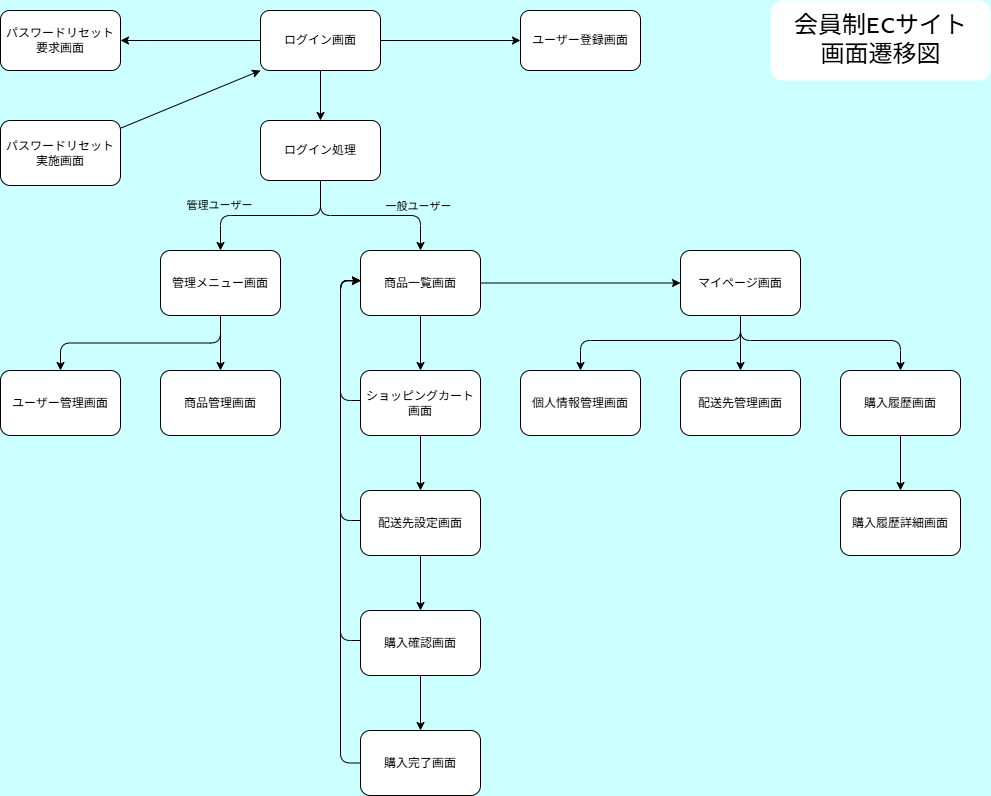
The draw.io diagram documents/画面遷移図.drawio.png in Kaz-1976/learning-php-laravel, before a commit. Source tidied: cells renumbered, new cells last; positions are measured from the earlier drawing's top-left corner, leaving out a move shared by most shapes.
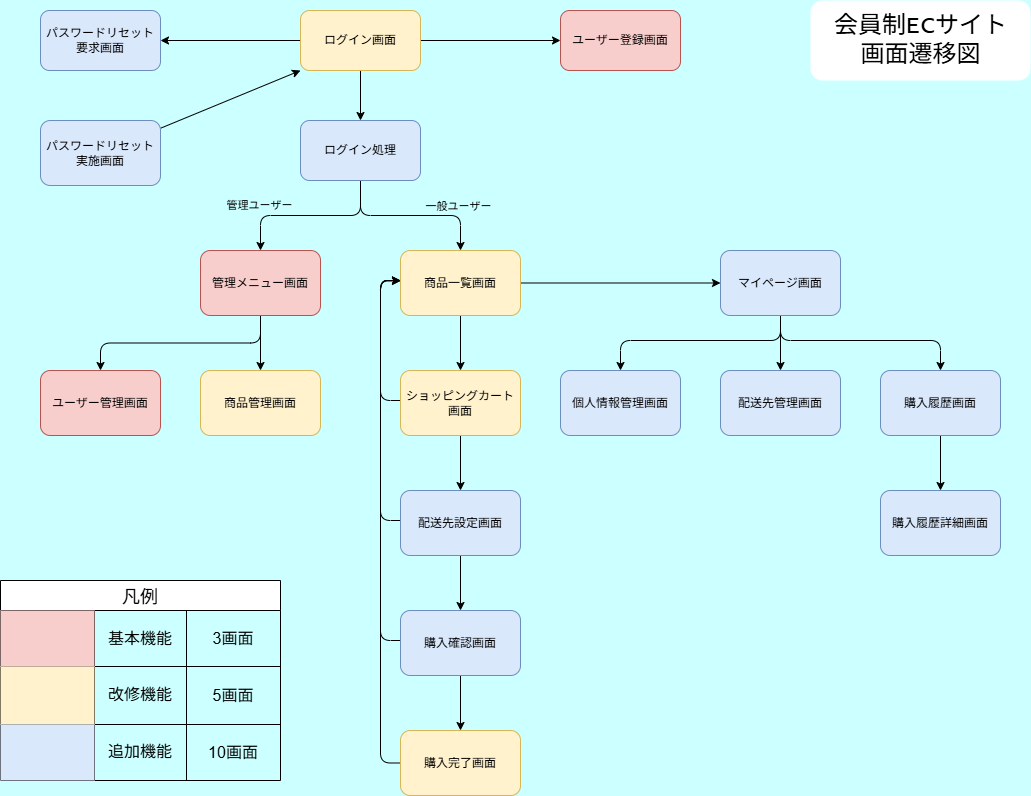
Later version of the same file.

Diff of the diagram source:
```diff
@@ -11,7 +11,7 @@
     <mxCell id="4" style="edgeStyle=none;html=1;exitX=0.5;exitY=1;exitDx=0;exitDy=0;entryX=0.5;entryY=0;entryDx=0;entryDy=0;" parent="1" edge="1" source="5" target="43">
       <mxGeometry relative="1" as="geometry" />
     </mxCell>
-    <mxCell id="5" value="ログイン画面" style="rounded=1;whiteSpace=wrap;html=1;" parent="1" vertex="1">
+    <mxCell id="5" value="ログイン画面" style="rounded=1;whiteSpace=wrap;html=1;fillColor=#fff2cc;strokeColor=#d6b656;" parent="1" vertex="1">
       <mxGeometry x="260" y="10" width="120" height="60" as="geometry" />
     </mxCell>
     <mxCell id="6" style="edgeStyle=none;html=1;entryX=0.5;entryY=0;entryDx=0;entryDy=0;rounded=1;" parent="1" edge="1" source="8" target="12">
@@ -20,7 +20,7 @@
     <mxCell id="7" style="edgeStyle=orthogonalEdgeStyle;html=1;entryX=0.5;entryY=0;entryDx=0;entryDy=0;exitX=0.5;exitY=1;exitDx=0;exitDy=0;rounded=1;" parent="1" edge="1" source="8" target="13">
       <mxGeometry relative="1" as="geometry" />
     </mxCell>
-    <mxCell id="8" value="管理メニュー画面" style="rounded=1;whiteSpace=wrap;html=1;" parent="1" vertex="1">
+    <mxCell id="8" value="管理メニュー画面" style="rounded=1;whiteSpace=wrap;html=1;fillColor=#f8cecc;strokeColor=#b85450;" parent="1" vertex="1">
       <mxGeometry x="160" y="250" width="120" height="65" as="geometry" />
     </mxCell>
     <mxCell id="9" style="edgeStyle=none;html=1;rounded=1;" parent="1" edge="1" source="11" target="20">
@@ -29,25 +29,25 @@
     <mxCell id="10" style="edgeStyle=none;html=1;rounded=1;" parent="1" edge="1" source="11" target="32">
       <mxGeometry relative="1" as="geometry" />
     </mxCell>
-    <mxCell id="11" value="商品一覧画面" style="rounded=1;whiteSpace=wrap;html=1;" parent="1" vertex="1">
+    <mxCell id="11" value="商品一覧画面" style="rounded=1;whiteSpace=wrap;html=1;fillColor=#fff2cc;strokeColor=#d6b656;" parent="1" vertex="1">
       <mxGeometry x="360" y="250" width="120" height="65" as="geometry" />
     </mxCell>
-    <mxCell id="12" value="商品管理画面" style="rounded=1;whiteSpace=wrap;html=1;" parent="1" vertex="1">
+    <mxCell id="12" value="商品管理画面" style="rounded=1;whiteSpace=wrap;html=1;fillColor=#fff2cc;strokeColor=#d6b656;" parent="1" vertex="1">
       <mxGeometry x="160" y="370" width="120" height="65" as="geometry" />
     </mxCell>
-    <mxCell id="13" value="ユーザー管理画面" style="rounded=1;whiteSpace=wrap;html=1;" parent="1" vertex="1">
+    <mxCell id="13" value="ユーザー管理画面" style="rounded=1;whiteSpace=wrap;html=1;fillColor=#f8cecc;strokeColor=#b85450;" parent="1" vertex="1">
       <mxGeometry y="370" width="120" height="65" as="geometry" />
     </mxCell>
-    <mxCell id="14" value="ユーザー登録画面" style="rounded=1;whiteSpace=wrap;html=1;" parent="1" vertex="1">
+    <mxCell id="14" value="ユーザー登録画面" style="rounded=1;whiteSpace=wrap;html=1;fillColor=#f8cecc;strokeColor=#b85450;" parent="1" vertex="1">
       <mxGeometry x="520" y="10" width="120" height="60" as="geometry" />
     </mxCell>
-    <mxCell id="15" value="パスワードリセット要求&lt;span style=&quot;background-color: transparent;&quot;&gt;画面&lt;/span&gt;" style="rounded=1;whiteSpace=wrap;html=1;" parent="1" vertex="1">
+    <mxCell id="15" value="パスワードリセット要求&lt;span style=&quot;background-color: transparent;&quot;&gt;画面&lt;/span&gt;" style="rounded=1;whiteSpace=wrap;html=1;fillColor=#dae8fc;strokeColor=#6c8ebf;" parent="1" vertex="1">
       <mxGeometry y="10" width="120" height="60" as="geometry" />
     </mxCell>
     <mxCell id="16" style="edgeStyle=none;html=1;entryX=0;entryY=1;entryDx=0;entryDy=0;" parent="1" edge="1" source="17" target="5">
       <mxGeometry relative="1" as="geometry" />
     </mxCell>
-    <mxCell id="17" value="パスワードリセット実施&lt;span style=&quot;background-color: transparent;&quot;&gt;画面&lt;/span&gt;" style="rounded=1;whiteSpace=wrap;html=1;" parent="1" vertex="1">
+    <mxCell id="17" value="パスワードリセット実施&lt;span style=&quot;background-color: transparent;&quot;&gt;画面&lt;/span&gt;" style="rounded=1;whiteSpace=wrap;html=1;fillColor=#dae8fc;strokeColor=#6c8ebf;" parent="1" vertex="1">
       <mxGeometry y="120" width="120" height="65" as="geometry" />
     </mxCell>
     <mxCell id="18" style="edgeStyle=none;html=1;rounded=1;" parent="1" edge="1" source="20" target="23">
@@ -62,7 +62,7 @@
         </Array>
       </mxGeometry>
     </mxCell>
-    <mxCell id="20" value="ショッピングカート&lt;div&gt;画面&lt;/div&gt;" style="whiteSpace=wrap;html=1;rounded=1;" parent="1" vertex="1">
+    <mxCell id="20" value="ショッピングカート&lt;div&gt;画面&lt;/div&gt;" style="whiteSpace=wrap;html=1;rounded=1;fillColor=#fff2cc;strokeColor=#d6b656;" parent="1" vertex="1">
       <mxGeometry x="360" y="370" width="120" height="65" as="geometry" />
     </mxCell>
     <mxCell id="21" style="edgeStyle=none;html=1;rounded=1;" parent="1" edge="1" source="23" target="26">
@@ -77,7 +77,7 @@
         </Array>
       </mxGeometry>
     </mxCell>
-    <mxCell id="23" value="配送先設定画面" style="whiteSpace=wrap;html=1;rounded=1;" parent="1" vertex="1">
+    <mxCell id="23" value="配送先設定画面" style="whiteSpace=wrap;html=1;rounded=1;fillColor=#dae8fc;strokeColor=#6c8ebf;" parent="1" vertex="1">
       <mxGeometry x="360" y="490" width="120" height="65" as="geometry" />
     </mxCell>
     <mxCell id="24" style="edgeStyle=none;html=1;rounded=1;" parent="1" edge="1" source="26" target="28">
@@ -92,7 +92,7 @@
         </Array>
       </mxGeometry>
     </mxCell>
-    <mxCell id="26" value="購入確認画面" style="whiteSpace=wrap;html=1;rounded=1;" parent="1" vertex="1">
+    <mxCell id="26" value="購入確認画面" style="whiteSpace=wrap;html=1;rounded=1;fillColor=#dae8fc;strokeColor=#6c8ebf;" parent="1" vertex="1">
       <mxGeometry x="360" y="610" width="120" height="65" as="geometry" />
     </mxCell>
     <mxCell id="27" style="edgeStyle=elbowEdgeStyle;exitX=0;exitY=0.5;exitDx=0;exitDy=0;entryX=0;entryY=0.5;entryDx=0;entryDy=0;strokeColor=default;html=1;spacing=2;" parent="1" edge="1" source="28">
@@ -104,7 +104,7 @@
         </Array>
       </mxGeometry>
     </mxCell>
-    <mxCell id="28" value="購入完了画面" style="whiteSpace=wrap;html=1;rounded=1;" parent="1" vertex="1">
+    <mxCell id="28" value="購入完了画面" style="whiteSpace=wrap;html=1;rounded=1;fillColor=#fff2cc;strokeColor=#d6b656;" parent="1" vertex="1">
       <mxGeometry x="360" y="730" width="120" height="65" as="geometry" />
     </mxCell>
     <mxCell id="29" style="edgeStyle=orthogonalEdgeStyle;html=1;exitX=0.5;exitY=1;exitDx=0;exitDy=0;rounded=1;" parent="1" edge="1" source="32" target="33">
@@ -127,22 +127,22 @@
         </Array>
       </mxGeometry>
     </mxCell>
-    <mxCell id="32" value="マイページ画面" style="whiteSpace=wrap;html=1;rounded=1;" parent="1" vertex="1">
+    <mxCell id="32" value="マイページ画面" style="whiteSpace=wrap;html=1;rounded=1;fillColor=#dae8fc;strokeColor=#6c8ebf;" parent="1" vertex="1">
       <mxGeometry x="680" y="250" width="120" height="65" as="geometry" />
     </mxCell>
-    <mxCell id="33" value="配送先管理画面" style="whiteSpace=wrap;html=1;rounded=1;" parent="1" vertex="1">
+    <mxCell id="33" value="配送先管理画面" style="whiteSpace=wrap;html=1;rounded=1;fillColor=#dae8fc;strokeColor=#6c8ebf;" parent="1" vertex="1">
       <mxGeometry x="680" y="370" width="120" height="65" as="geometry" />
     </mxCell>
     <mxCell id="34" style="edgeStyle=none;html=1;rounded=1;" parent="1" edge="1" source="35" target="37">
       <mxGeometry relative="1" as="geometry" />
     </mxCell>
-    <mxCell id="35" value="購入履歴画面" style="whiteSpace=wrap;html=1;rounded=1;" parent="1" vertex="1">
+    <mxCell id="35" value="購入履歴画面" style="whiteSpace=wrap;html=1;rounded=1;fillColor=#dae8fc;strokeColor=#6c8ebf;" parent="1" vertex="1">
       <mxGeometry x="840" y="370" width="120" height="65" as="geometry" />
     </mxCell>
-    <mxCell id="36" value="個人情報管理画面" style="whiteSpace=wrap;html=1;rounded=1;" parent="1" vertex="1">
+    <mxCell id="36" value="個人情報管理画面" style="whiteSpace=wrap;html=1;rounded=1;fillColor=#dae8fc;strokeColor=#6c8ebf;" parent="1" vertex="1">
       <mxGeometry x="520" y="370" width="120" height="65" as="geometry" />
     </mxCell>
-    <mxCell id="37" value="購入履歴詳細画面" style="whiteSpace=wrap;html=1;rounded=1;" parent="1" vertex="1">
+    <mxCell id="37" value="購入履歴詳細画面" style="whiteSpace=wrap;html=1;rounded=1;fillColor=#dae8fc;strokeColor=#6c8ebf;" parent="1" vertex="1">
       <mxGeometry x="840" y="490" width="120" height="65" as="geometry" />
     </mxCell>
     <mxCell id="38" style="endArrow=classic;html=1;entryX=0.5;entryY=0;entryDx=0;entryDy=0;edgeStyle=orthogonalEdgeStyle;rounded=1;curved=0;fontFamily=Lucida Console;spacingTop=0;spacing=2;exitX=0.5;exitY=1;exitDx=0;exitDy=0;" parent="1" edge="1" source="43" target="11">
@@ -164,8 +164,47 @@
     <mxCell id="42" value="会員制ECサイト&lt;div&gt;画面遷移図&lt;/div&gt;" style="text;align=center;verticalAlign=middle;fontStyle=0;fontFamily=Lucida Console;fontSize=24;html=1;spacing=8;rounded=1;labelBackgroundColor=default;spacingTop=0;horizontal=1;strokeWidth=0;glass=0;fillColor=default;spacingLeft=8;spacingRight=8;" parent="1" vertex="1">
       <mxGeometry x="770" width="220" height="80" as="geometry" />
     </mxCell>
-    <mxCell id="43" value="ログイン処理" style="rounded=1;whiteSpace=wrap;html=1;" parent="1" vertex="1">
+    <mxCell id="43" value="ログイン処理" style="rounded=1;whiteSpace=wrap;html=1;fillColor=#dae8fc;strokeColor=#6c8ebf;" parent="1" vertex="1">
       <mxGeometry x="260" y="120" width="120" height="60" as="geometry" />
     </mxCell>
+    <mxCell id="44" value="凡例" style="shape=table;startSize=30;strokeColor=default;fontSize=18;fontFamily=Lucida Console;" parent="1" vertex="1">
+      <mxGeometry x="-40" y="580" width="280" height="200" as="geometry" />
+    </mxCell>
+    <mxCell id="45" style="shape=tableRow;horizontal=0;startSize=0;swimlaneHead=0;swimlaneBody=0;strokeColor=inherit;top=0;left=0;bottom=0;right=0;fillColor=none;fontSize=16;" parent="44" vertex="1">
+      <mxGeometry y="30" width="280" height="56" as="geometry" />
+    </mxCell>
+    <mxCell id="46" style="shape=partialRectangle;html=1;whiteSpace=wrap;strokeColor=#b85450;overflow=hidden;fillColor=#f8cecc;top=0;left=0;bottom=0;right=0;fontSize=16;" parent="45" vertex="1">
+      <mxGeometry width="94" height="56" as="geometry" />
+    </mxCell>
+    <mxCell id="47" value="基本機能" style="shape=partialRectangle;whiteSpace=wrap;strokeColor=inherit;overflow=hidden;fillColor=none;top=0;left=0;bottom=0;right=0;fontSize=16;fontStyle=0;fontColor=default;html=1;spacing=2;" parent="45" vertex="1">
+      <mxGeometry x="94" width="92" height="56" as="geometry" />
+    </mxCell>
+    <mxCell id="48" value="3画面" style="shape=partialRectangle;html=1;whiteSpace=wrap;strokeColor=inherit;overflow=hidden;fillColor=none;top=0;left=0;bottom=0;right=0;fontSize=16;" parent="45" vertex="1">
+      <mxGeometry x="186" width="94" height="56" as="geometry" />
+    </mxCell>
+    <mxCell id="49" style="shape=tableRow;horizontal=0;startSize=0;swimlaneHead=0;swimlaneBody=0;strokeColor=inherit;top=0;left=0;bottom=0;right=0;fillColor=none;fontSize=16;" parent="44" vertex="1">
+      <mxGeometry y="86" width="280" height="58" as="geometry" />
+    </mxCell>
+    <mxCell id="50" style="shape=partialRectangle;html=1;whiteSpace=wrap;strokeColor=#d6b656;overflow=hidden;fillColor=#fff2cc;top=0;left=0;bottom=0;right=0;fontSize=16;" parent="49" vertex="1">
+      <mxGeometry width="94" height="58" as="geometry" />
+    </mxCell>
+    <mxCell id="51" value="改修機能" style="shape=partialRectangle;html=1;whiteSpace=wrap;strokeColor=inherit;overflow=hidden;fillColor=none;top=0;left=0;bottom=0;right=0;fontSize=16;fontFamily=Lucida Console;" parent="49" vertex="1">
+      <mxGeometry x="94" width="92" height="58" as="geometry" />
+    </mxCell>
+    <mxCell id="52" value="5画面" style="shape=partialRectangle;html=1;whiteSpace=wrap;strokeColor=inherit;overflow=hidden;fillColor=none;top=0;left=0;bottom=0;right=0;fontSize=16;" parent="49" vertex="1">
+      <mxGeometry x="186" width="94" height="58" as="geometry" />
+    </mxCell>
+    <mxCell id="53" style="shape=tableRow;horizontal=0;startSize=0;swimlaneHead=0;swimlaneBody=0;strokeColor=inherit;top=0;left=0;bottom=0;right=0;fillColor=none;fontSize=16;" parent="44" vertex="1">
+      <mxGeometry y="144" width="280" height="56" as="geometry" />
+    </mxCell>
+    <mxCell id="54" style="shape=partialRectangle;html=1;whiteSpace=wrap;strokeColor=#6c8ebf;overflow=hidden;fillColor=#dae8fc;top=0;left=0;bottom=0;right=0;fontSize=16;" parent="53" vertex="1">
+      <mxGeometry width="94" height="56" as="geometry" />
+    </mxCell>
+    <mxCell id="55" value="追加機能" style="shape=partialRectangle;html=1;whiteSpace=wrap;strokeColor=inherit;overflow=hidden;fillColor=none;top=0;left=0;bottom=0;right=0;fontSize=16;fontFamily=Lucida Console;" parent="53" vertex="1">
+      <mxGeometry x="94" width="92" height="56" as="geometry" />
+    </mxCell>
+    <mxCell id="56" value="10画面" style="shape=partialRectangle;html=1;whiteSpace=wrap;strokeColor=inherit;overflow=hidden;fillColor=none;top=0;left=0;bottom=0;right=0;fontSize=16;" parent="53" vertex="1">
+      <mxGeometry x="186" width="94" height="56" as="geometry" />
+    </mxCell>
   </root>
 </mxGraphModel>
```
